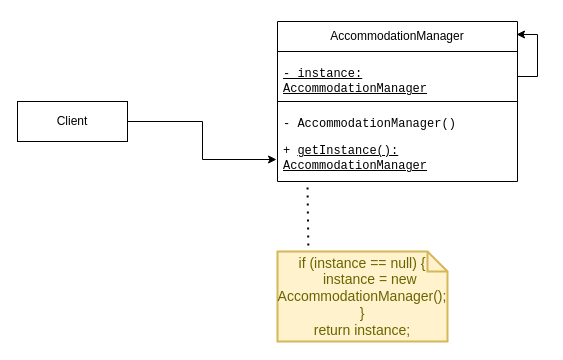
Above: Design Patterns/Creational Design/Singleton Pattern/ Accommodation Singleton.drawio in Luis-S4/Tourism-MS (draw.io), before the change. Source tidied: cells renumbered, new cells numbered last; positions are measured from the earlier drawing's top-left corner, leaving out a move shared by most shapes. Both pictures are drawn from the tidied source at 100%, with x=0, y=0 at pixel (17, 21).
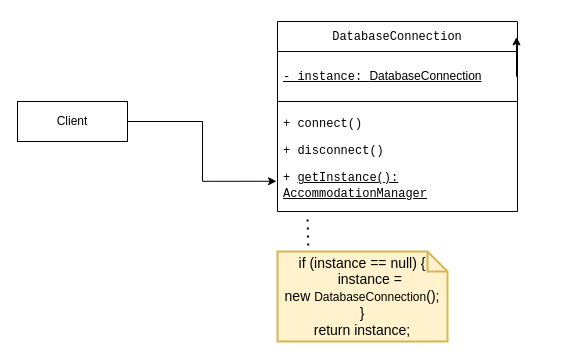
The same page after the edit.

Change to the diagram source:
```diff
@@
 <mxGraphModel>
   <root>
     <mxCell id="0" />
     <mxCell id="1" parent="0" />
-    <mxCell id="2" value="&lt;p&gt;AccommodationManager&lt;/p&gt;" style="swimlane;fontStyle=0;horizontal=1;startSize=30;whiteSpace=wrap;html=1;strokeColor=default;" parent="1" vertex="1">
-      <mxGeometry x="260" width="240" height="160" as="geometry" />
+    <mxCell id="2" value="&lt;p data-pm-slice=&quot;1 1 [&amp;quot;ordered_list&amp;quot;,{&amp;quot;spread&amp;quot;:true,&amp;quot;startingNumber&amp;quot;:1,&amp;quot;start&amp;quot;:881,&amp;quot;end&amp;quot;:1381},&amp;quot;regular_list_item&amp;quot;,{&amp;quot;start&amp;quot;:881,&amp;quot;end&amp;quot;:1005},&amp;quot;list&amp;quot;,{&amp;quot;spread&amp;quot;:false,&amp;quot;start&amp;quot;:910,&amp;quot;end&amp;quot;:1005},&amp;quot;regular_list_item&amp;quot;,{&amp;quot;start&amp;quot;:910,&amp;quot;end&amp;quot;:953}]&quot;&gt;&lt;code&gt;DatabaseConnection&lt;/code&gt;&lt;/p&gt;" style="swimlane;fontStyle=0;horizontal=1;startSize=30;whiteSpace=wrap;html=1;strokeColor=default;" parent="1" vertex="1">
+      <mxGeometry x="260" width="240" height="190" as="geometry" />
     </mxCell>
-    <mxCell id="3" value="&lt;p data-pm-slice=&quot;1 1 [&amp;quot;list&amp;quot;,{&amp;quot;spread&amp;quot;:false,&amp;quot;start&amp;quot;:562,&amp;quot;end&amp;quot;:914},&amp;quot;regular_list_item&amp;quot;,{&amp;quot;start&amp;quot;:601,&amp;quot;end&amp;quot;:686},&amp;quot;list&amp;quot;,{&amp;quot;spread&amp;quot;:false,&amp;quot;start&amp;quot;:621,&amp;quot;end&amp;quot;:686},&amp;quot;regular_list_item&amp;quot;,{&amp;quot;start&amp;quot;:621,&amp;quot;end&amp;quot;:686}]&quot;&gt;&lt;code&gt;- instance: AccommodationManager&lt;/code&gt;&lt;/p&gt;" style="text;strokeColor=default;fillColor=none;align=left;verticalAlign=middle;spacingLeft=4;spacingRight=4;overflow=hidden;points=[[0,0.5],[1,0.5]];portConstraint=eastwest;whiteSpace=wrap;html=1;fontStyle=4;" parent="2" vertex="1">
+    <mxCell id="3" value="&lt;p data-pm-slice=&quot;1 1 [&amp;quot;list&amp;quot;,{&amp;quot;spread&amp;quot;:false,&amp;quot;start&amp;quot;:562,&amp;quot;end&amp;quot;:914},&amp;quot;regular_list_item&amp;quot;,{&amp;quot;start&amp;quot;:601,&amp;quot;end&amp;quot;:686},&amp;quot;list&amp;quot;,{&amp;quot;spread&amp;quot;:false,&amp;quot;start&amp;quot;:621,&amp;quot;end&amp;quot;:686},&amp;quot;regular_list_item&amp;quot;,{&amp;quot;start&amp;quot;:621,&amp;quot;end&amp;quot;:686}]&quot;&gt;&lt;span style=&quot;font-family: monospace;&quot;&gt;- instance:&amp;nbsp;&lt;/span&gt;&lt;span style=&quot;background-color: transparent; color: light-dark(rgb(0, 0, 0), rgb(255, 255, 255));&quot;&gt;DatabaseConnection&lt;/span&gt;&lt;/p&gt;" style="text;strokeColor=default;fillColor=none;align=left;verticalAlign=middle;spacingLeft=4;spacingRight=4;overflow=hidden;points=[[0,0.5],[1,0.5]];portConstraint=eastwest;whiteSpace=wrap;html=1;fontStyle=4;" parent="2" vertex="1">
       <mxGeometry y="30" width="240" height="50" as="geometry" />
     </mxCell>
-    <mxCell id="4" value="&lt;p data-pm-slice=&quot;1 1 [&amp;quot;list&amp;quot;,{&amp;quot;spread&amp;quot;:false,&amp;quot;start&amp;quot;:562,&amp;quot;end&amp;quot;:914},&amp;quot;regular_list_item&amp;quot;,{&amp;quot;start&amp;quot;:687,&amp;quot;end&amp;quot;:849},&amp;quot;list&amp;quot;,{&amp;quot;spread&amp;quot;:false,&amp;quot;start&amp;quot;:704,&amp;quot;end&amp;quot;:849},&amp;quot;regular_list_item&amp;quot;,{&amp;quot;start&amp;quot;:704,&amp;quot;end&amp;quot;:770}]&quot;&gt;&lt;code&gt;- AccommodationManager()&lt;/code&gt;&lt;/p&gt;&lt;p data-pm-slice=&quot;1 1 [&amp;quot;list&amp;quot;,{&amp;quot;spread&amp;quot;:false,&amp;quot;start&amp;quot;:562,&amp;quot;end&amp;quot;:914},&amp;quot;regular_list_item&amp;quot;,{&amp;quot;start&amp;quot;:687,&amp;quot;end&amp;quot;:849},&amp;quot;list&amp;quot;,{&amp;quot;spread&amp;quot;:false,&amp;quot;start&amp;quot;:704,&amp;quot;end&amp;quot;:849},&amp;quot;regular_list_item&amp;quot;,{&amp;quot;start&amp;quot;:704,&amp;quot;end&amp;quot;:770}]&quot;&gt;&lt;code&gt;&lt;/code&gt;&lt;/p&gt;&lt;p data-pm-slice=&quot;1 1 [&amp;quot;list&amp;quot;,{&amp;quot;spread&amp;quot;:false,&amp;quot;start&amp;quot;:562,&amp;quot;end&amp;quot;:914},&amp;quot;regular_list_item&amp;quot;,{&amp;quot;start&amp;quot;:687,&amp;quot;end&amp;quot;:849},&amp;quot;list&amp;quot;,{&amp;quot;spread&amp;quot;:false,&amp;quot;start&amp;quot;:704,&amp;quot;end&amp;quot;:849},&amp;quot;regular_list_item&amp;quot;,{&amp;quot;start&amp;quot;:773,&amp;quot;end&amp;quot;:849}]&quot;&gt;&lt;code&gt;+ &lt;u&gt;getInstance(): AccommodationManager&lt;/u&gt;&lt;/code&gt;&lt;/p&gt;" style="text;strokeColor=none;fillColor=none;align=left;verticalAlign=middle;spacingLeft=4;spacingRight=4;overflow=hidden;points=[[0,0.5],[1,0.5]];portConstraint=eastwest;whiteSpace=wrap;html=1;strokeWidth=14;fontStyle=0;" parent="2" vertex="1">
-      <mxGeometry y="80" width="240" height="80" as="geometry" />
+    <mxCell id="4" value="&lt;p data-pm-slice=&quot;1 1 [&amp;quot;ordered_list&amp;quot;,{&amp;quot;spread&amp;quot;:true,&amp;quot;startingNumber&amp;quot;:1,&amp;quot;start&amp;quot;:881,&amp;quot;end&amp;quot;:1381},&amp;quot;regular_list_item&amp;quot;,{&amp;quot;start&amp;quot;:881,&amp;quot;end&amp;quot;:1005},&amp;quot;list&amp;quot;,{&amp;quot;spread&amp;quot;:false,&amp;quot;start&amp;quot;:910,&amp;quot;end&amp;quot;:1005},&amp;quot;regular_list_item&amp;quot;,{&amp;quot;start&amp;quot;:957,&amp;quot;end&amp;quot;:1005}]&quot;&gt;&lt;code&gt;+ connect()&lt;/code&gt;&amp;nbsp;&lt;/p&gt;&lt;p data-pm-slice=&quot;1 1 [&amp;quot;ordered_list&amp;quot;,{&amp;quot;spread&amp;quot;:true,&amp;quot;startingNumber&amp;quot;:1,&amp;quot;start&amp;quot;:881,&amp;quot;end&amp;quot;:1381},&amp;quot;regular_list_item&amp;quot;,{&amp;quot;start&amp;quot;:881,&amp;quot;end&amp;quot;:1005},&amp;quot;list&amp;quot;,{&amp;quot;spread&amp;quot;:false,&amp;quot;start&amp;quot;:910,&amp;quot;end&amp;quot;:1005},&amp;quot;regular_list_item&amp;quot;,{&amp;quot;start&amp;quot;:957,&amp;quot;end&amp;quot;:1005}]&quot;&gt;&lt;code&gt;+ disconnect()&lt;/code&gt;&lt;/p&gt;&lt;p data-pm-slice=&quot;1 1 [&amp;quot;list&amp;quot;,{&amp;quot;spread&amp;quot;:false,&amp;quot;start&amp;quot;:562,&amp;quot;end&amp;quot;:914},&amp;quot;regular_list_item&amp;quot;,{&amp;quot;start&amp;quot;:687,&amp;quot;end&amp;quot;:849},&amp;quot;list&amp;quot;,{&amp;quot;spread&amp;quot;:false,&amp;quot;start&amp;quot;:704,&amp;quot;end&amp;quot;:849},&amp;quot;regular_list_item&amp;quot;,{&amp;quot;start&amp;quot;:704,&amp;quot;end&amp;quot;:770}]&quot;&gt;&lt;code&gt;&lt;/code&gt;&lt;/p&gt;&lt;p data-pm-slice=&quot;1 1 [&amp;quot;list&amp;quot;,{&amp;quot;spread&amp;quot;:false,&amp;quot;start&amp;quot;:562,&amp;quot;end&amp;quot;:914},&amp;quot;regular_list_item&amp;quot;,{&amp;quot;start&amp;quot;:687,&amp;quot;end&amp;quot;:849},&amp;quot;list&amp;quot;,{&amp;quot;spread&amp;quot;:false,&amp;quot;start&amp;quot;:704,&amp;quot;end&amp;quot;:849},&amp;quot;regular_list_item&amp;quot;,{&amp;quot;start&amp;quot;:773,&amp;quot;end&amp;quot;:849}]&quot;&gt;&lt;code&gt;+ &lt;u&gt;getInstance(): AccommodationManager&lt;/u&gt;&lt;/code&gt;&lt;/p&gt;" style="text;strokeColor=none;fillColor=none;align=left;verticalAlign=middle;spacingLeft=4;spacingRight=4;overflow=hidden;points=[[0,0.5],[1,0.5]];portConstraint=eastwest;whiteSpace=wrap;html=1;strokeWidth=14;fontStyle=0;" parent="2" vertex="1">
+      <mxGeometry y="80" width="240" height="110" as="geometry" />
     </mxCell>
     <mxCell id="5" style="edgeStyle=orthogonalEdgeStyle;rounded=0;jettySize=auto;html=1;exitX=1;exitY=0.5;exitDx=0;exitDy=0;entryX=0.996;entryY=0.081;entryDx=0;entryDy=0;entryPerimeter=0;fontFamily=Helvetica;fontSize=12;fontColor=default;fontStyle=0;horizontal=1;" parent="2" edge="1" source="3" target="2">
       <mxGeometry relative="1" as="geometry" />
     </mxCell>
     <mxCell id="6" value="Client" style="rounded=0;whiteSpace=wrap;html=1;strokeColor=default;align=center;verticalAlign=middle;fontFamily=Helvetica;fontSize=12;fontColor=default;fontStyle=0;horizontal=1;fillColor=default;" parent="1" vertex="1">
       <mxGeometry y="80" width="110" height="40" as="geometry" />
     </mxCell>
     <mxCell id="7" style="edgeStyle=orthogonalEdgeStyle;rounded=0;jettySize=auto;html=1;entryX=-0.004;entryY=0.725;entryDx=0;entryDy=0;entryPerimeter=0;fontFamily=Helvetica;fontSize=12;fontColor=default;fontStyle=0;horizontal=1;" parent="1" edge="1" source="6" target="4">
       <mxGeometry relative="1" as="geometry" />
     </mxCell>
     <mxCell id="8" style="endArrow=none;dashed=1;html=1;dashPattern=1 3;strokeWidth=2;rounded=0;fontFamily=Helvetica;fontSize=12;fontColor=default;fontStyle=0;horizontal=1;exitX=0.182;exitY=0.022;exitDx=0;exitDy=0;exitPerimeter=0;entryX=0.125;entryY=1.038;entryDx=0;entryDy=0;entryPerimeter=0;" parent="1" edge="1" source="9" target="4">
       <mxGeometry relative="1" as="geometry" />
     </mxCell>
-    <mxCell id="9" value="&lt;div&gt;if (instance == null) {&lt;/div&gt;&lt;div&gt;&amp;nbsp; &amp;nbsp; instance = new AccommodationManager();&lt;/div&gt;&lt;div&gt;}&lt;/div&gt;&lt;div&gt;return instance;&lt;/div&gt;" style="shape=note;strokeWidth=2;fontSize=14;size=20;whiteSpace=wrap;html=1;fillColor=#fff2cc;strokeColor=#d6b656;fontColor=#666600;align=center;verticalAlign=middle;fontFamily=Helvetica;fontStyle=0;horizontal=1;" parent="1" vertex="1">
+    <mxCell id="9" value="&lt;div&gt;&lt;font style=&quot;color: rgb(0, 0, 0);&quot;&gt;if (instance == null) {&lt;/font&gt;&lt;/div&gt;&lt;div&gt;&lt;font&gt;&lt;font style=&quot;color: rgb(0, 0, 0);&quot;&gt;&amp;nbsp; &amp;nbsp; instance = new&amp;nbsp;&lt;/font&gt;&lt;span style=&quot;font-size: 12px; text-align: left; background-color: transparent;&quot;&gt;&lt;font style=&quot;color: rgb(0, 0, 0);&quot;&gt;DatabaseConnection&lt;/font&gt;&lt;/span&gt;&lt;span style=&quot;color: light-dark(rgb(0, 0, 0), rgb(237, 237, 237)); background-color: transparent;&quot;&gt;();&lt;/span&gt;&lt;/font&gt;&lt;/div&gt;&lt;div&gt;&lt;font style=&quot;color: rgb(0, 0, 0);&quot;&gt;}&lt;/font&gt;&lt;/div&gt;&lt;div&gt;&lt;font style=&quot;color: rgb(0, 0, 0);&quot;&gt;return instance;&lt;/font&gt;&lt;/div&gt;" style="shape=note;strokeWidth=2;fontSize=14;size=20;whiteSpace=wrap;html=1;fillColor=#fff2cc;strokeColor=#d6b656;fontColor=#666600;align=center;verticalAlign=middle;fontFamily=Helvetica;fontStyle=0;horizontal=1;" parent="1" vertex="1">
       <mxGeometry x="260" y="230" width="170" height="90" as="geometry" />
     </mxCell>
   </root>
 </mxGraphModel>
```
